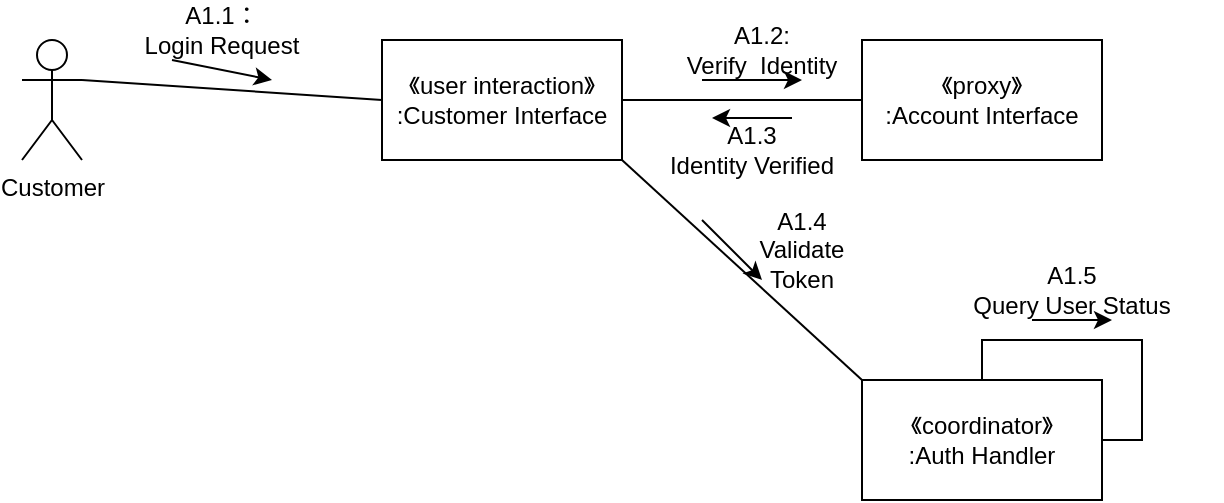
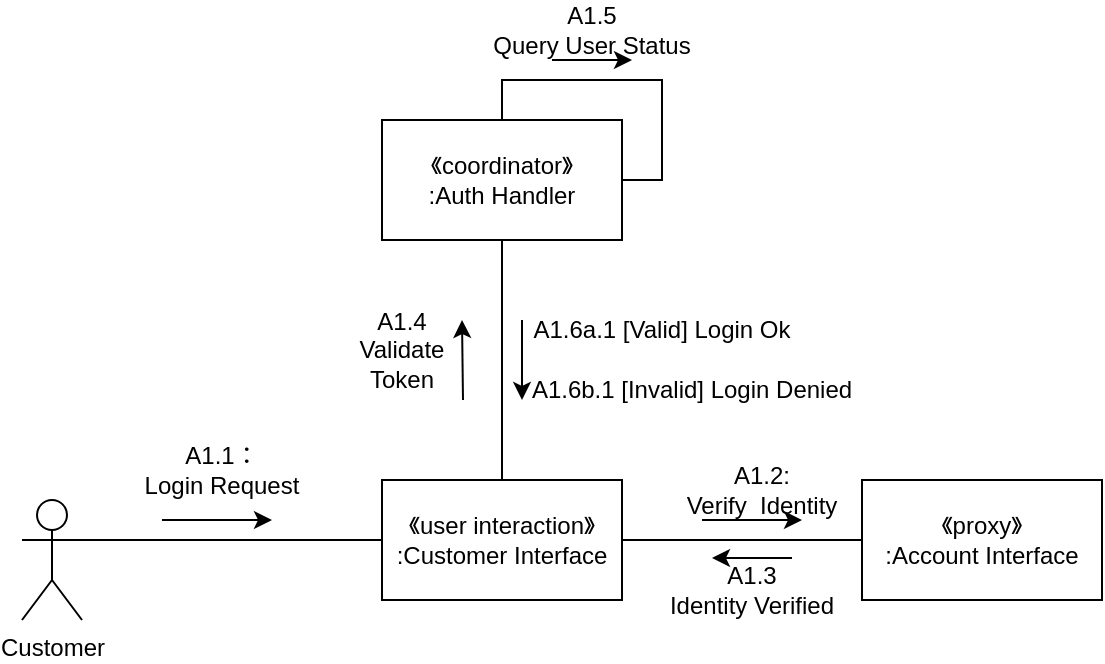
<mxfile host="app.diagrams.net">
  <diagram name="第 1 页" id="0fvnyInT-eeeKDGmK1tf">
-     <mxGraphModel dx="1201" dy="679" grid="1" gridSize="10" guides="1" tooltips="1" connect="1" arrows="1" fold="1" page="1" pageScale="1" pageWidth="827" pageHeight="1169" math="0" shadow="0">
+     <mxGraphModel dx="1201" dy="1848" grid="1" gridSize="10" guides="1" tooltips="1" connect="1" arrows="1" fold="1" page="1" pageScale="1" pageWidth="827" pageHeight="1169" math="0" shadow="0">
      <root>
        <mxCell id="0" />
        <mxCell id="1" parent="0" />
        <mxCell id="HSB3jEuwdB-3hXmmfwrA-3" edge="1" parent="1" source="HSB3jEuwdB-3hXmmfwrA-1" style="rounded=0;orthogonalLoop=1;jettySize=auto;html=1;exitX=1;exitY=0.3333333333333333;exitDx=0;exitDy=0;exitPerimeter=0;entryX=0;entryY=0.5;entryDx=0;entryDy=0;endArrow=none;endFill=0;" target="HSB3jEuwdB-3hXmmfwrA-2">
          <mxGeometry relative="1" as="geometry" />
        </mxCell>
        <mxCell id="HSB3jEuwdB-3hXmmfwrA-1" parent="1" style="shape=umlActor;verticalLabelPosition=bottom;verticalAlign=top;html=1;outlineConnect=0;" value="Customer" vertex="1">
-           <mxGeometry height="60" width="30" x="140" y="60" as="geometry" />
+           <mxGeometry height="60" width="30" x="140" y="70" as="geometry" />
        </mxCell>
        <mxCell id="HSB3jEuwdB-3hXmmfwrA-7" edge="1" parent="1" source="HSB3jEuwdB-3hXmmfwrA-2" style="rounded=0;orthogonalLoop=1;jettySize=auto;html=1;exitX=1;exitY=0.5;exitDx=0;exitDy=0;entryX=0;entryY=0.5;entryDx=0;entryDy=0;endArrow=none;endFill=0;" target="HSB3jEuwdB-3hXmmfwrA-6">
          <mxGeometry relative="1" as="geometry" />
        </mxCell>
-         <mxCell id="HSB3jEuwdB-3hXmmfwrA-15" edge="1" parent="1" source="HSB3jEuwdB-3hXmmfwrA-2" style="rounded=0;orthogonalLoop=1;jettySize=auto;html=1;exitX=1;exitY=1;exitDx=0;exitDy=0;entryX=0;entryY=0;entryDx=0;entryDy=0;endArrow=none;endFill=0;" target="HSB3jEuwdB-3hXmmfwrA-14">
+         <mxCell id="-UTidUUiqGya03k49UKU-4" edge="1" parent="1" source="HSB3jEuwdB-3hXmmfwrA-2" style="rounded=0;orthogonalLoop=1;jettySize=auto;html=1;exitX=0.5;exitY=0;exitDx=0;exitDy=0;entryX=0.5;entryY=1;entryDx=0;entryDy=0;endArrow=none;endFill=0;" target="HSB3jEuwdB-3hXmmfwrA-14">
          <mxGeometry relative="1" as="geometry" />
        </mxCell>
        <mxCell id="HSB3jEuwdB-3hXmmfwrA-2" parent="1" style="rounded=0;whiteSpace=wrap;html=1;" value="&lt;div&gt;《user interaction》&lt;/div&gt;&lt;div&gt;:Customer Interface&lt;/div&gt;" vertex="1">
          <mxGeometry height="60" width="120" x="320" y="60" as="geometry" />
        </mxCell>
        <mxCell id="HSB3jEuwdB-3hXmmfwrA-4" parent="1" style="text;html=1;whiteSpace=wrap;strokeColor=none;fillColor=none;align=center;verticalAlign=middle;rounded=0;" value="&lt;div&gt;A1.1：&lt;/div&gt;&lt;div&gt;Login Request&lt;/div&gt;" vertex="1">
          <mxGeometry height="30" width="80" x="200" y="40" as="geometry" />
        </mxCell>
        <mxCell id="HSB3jEuwdB-3hXmmfwrA-5" edge="1" parent="1" style="endArrow=classic;html=1;rounded=0;" value="">
          <mxGeometry height="50" relative="1" width="50" as="geometry">
-             <mxPoint x="215" y="70" as="sourcePoint" />
+             <mxPoint x="210" y="80" as="sourcePoint" />
            <mxPoint x="265" y="80" as="targetPoint" />
          </mxGeometry>
        </mxCell>
        <mxCell id="HSB3jEuwdB-3hXmmfwrA-6" parent="1" style="rounded=0;whiteSpace=wrap;html=1;" value="&lt;div&gt;《proxy》&lt;/div&gt;&lt;div&gt;:Account Interface&lt;/div&gt;" vertex="1">
          <mxGeometry height="60" width="120" x="560" y="60" as="geometry" />
        </mxCell>
        <mxCell id="HSB3jEuwdB-3hXmmfwrA-8" edge="1" parent="1" style="endArrow=classic;html=1;rounded=0;" value="">
          <mxGeometry height="50" relative="1" width="50" as="geometry">
            <mxPoint x="480" y="80" as="sourcePoint" />
            <mxPoint x="530" y="80" as="targetPoint" />
          </mxGeometry>
        </mxCell>
        <mxCell id="HSB3jEuwdB-3hXmmfwrA-10" parent="1" style="text;html=1;whiteSpace=wrap;strokeColor=none;fillColor=none;align=center;verticalAlign=middle;rounded=0;" value="&lt;div&gt;A1.2:&lt;/div&gt;&lt;div&gt;Verify&amp;nbsp; Identity&lt;/div&gt;" vertex="1">
          <mxGeometry height="30" width="120" x="450" y="50" as="geometry" />
        </mxCell>
        <mxCell id="HSB3jEuwdB-3hXmmfwrA-11" parent="1" style="text;html=1;whiteSpace=wrap;strokeColor=none;fillColor=none;align=center;verticalAlign=middle;rounded=0;" value="&lt;div&gt;A1.3&lt;/div&gt;&lt;div&gt;Identity Verified&lt;/div&gt;" vertex="1">
          <mxGeometry height="30" width="110" x="450" y="100" as="geometry" />
        </mxCell>
        <mxCell id="HSB3jEuwdB-3hXmmfwrA-13" edge="1" parent="1" style="endArrow=classic;html=1;rounded=0;" value="">
          <mxGeometry height="50" relative="1" width="50" as="geometry">
            <mxPoint x="525" y="99" as="sourcePoint" />
            <mxPoint x="485" y="99" as="targetPoint" />
          </mxGeometry>
        </mxCell>
        <mxCell id="HSB3jEuwdB-3hXmmfwrA-14" parent="1" style="rounded=0;whiteSpace=wrap;html=1;" value="&lt;div&gt;《coordinator》&lt;/div&gt;&lt;div&gt;:Auth Handler&lt;/div&gt;" vertex="1">
-           <mxGeometry height="60" width="120" x="560" y="230" as="geometry" />
+           <mxGeometry height="60" width="120" x="320" y="-120" as="geometry" />
        </mxCell>
        <mxCell id="HSB3jEuwdB-3hXmmfwrA-16" parent="1" style="text;html=1;whiteSpace=wrap;strokeColor=none;fillColor=none;align=center;verticalAlign=middle;rounded=0;" value="&lt;div&gt;A1.4&lt;/div&gt;&lt;div&gt;Validate Token&lt;/div&gt;" vertex="1">
-           <mxGeometry height="30" width="60" x="500" y="150" as="geometry" />
+           <mxGeometry height="30" width="60" x="300" y="-20" as="geometry" />
        </mxCell>
        <mxCell id="HSB3jEuwdB-3hXmmfwrA-17" edge="1" parent="1" style="endArrow=classic;html=1;rounded=0;" value="">
          <mxGeometry height="50" relative="1" width="50" as="geometry">
-             <mxPoint x="480" y="150" as="sourcePoint" />
-             <mxPoint x="510" y="180" as="targetPoint" />
+             <mxPoint x="360.5" y="20" as="sourcePoint" />
+             <mxPoint x="360" y="-20" as="targetPoint" />
          </mxGeometry>
        </mxCell>
        <mxCell id="HSB3jEuwdB-3hXmmfwrA-18" edge="1" parent="1" source="HSB3jEuwdB-3hXmmfwrA-14" style="rounded=0;orthogonalLoop=1;jettySize=auto;html=1;exitX=0.5;exitY=0;exitDx=0;exitDy=0;entryX=1;entryY=0.5;entryDx=0;entryDy=0;edgeStyle=orthogonalEdgeStyle;endArrow=none;endFill=0;" target="HSB3jEuwdB-3hXmmfwrA-14">
          <mxGeometry relative="1" as="geometry" />
        </mxCell>
        <mxCell id="HSB3jEuwdB-3hXmmfwrA-19" parent="1" style="text;html=1;whiteSpace=wrap;strokeColor=none;fillColor=none;align=center;verticalAlign=middle;rounded=0;" value="&lt;div&gt;A1.5&lt;/div&gt;&lt;div&gt;Query User Status&lt;/div&gt;" vertex="1">
-           <mxGeometry height="30" width="150" x="590" y="170" as="geometry" />
+           <mxGeometry height="30" width="150" x="350" y="-180" as="geometry" />
        </mxCell>
        <mxCell id="HSB3jEuwdB-3hXmmfwrA-20" edge="1" parent="1" style="endArrow=classic;html=1;rounded=0;" value="">
          <mxGeometry height="50" relative="1" width="50" as="geometry">
-             <mxPoint x="645" y="200" as="sourcePoint" />
-             <mxPoint x="685" y="200" as="targetPoint" />
+             <mxPoint x="405" y="-150" as="sourcePoint" />
+             <mxPoint x="445" y="-150" as="targetPoint" />
+           </mxGeometry>
+         </mxCell>
+         <mxCell id="-UTidUUiqGya03k49UKU-1" parent="1" style="text;html=1;whiteSpace=wrap;strokeColor=none;fillColor=none;align=center;verticalAlign=middle;rounded=0;rotation=0;" value="&lt;div&gt;A1.6a.1 [Valid] Login Ok&lt;/div&gt;" vertex="1">
+           <mxGeometry height="30" width="140" x="390" y="-30" as="geometry" />
+         </mxCell>
+         <mxCell id="-UTidUUiqGya03k49UKU-2" parent="1" style="text;html=1;whiteSpace=wrap;strokeColor=none;fillColor=none;align=center;verticalAlign=middle;rounded=0;rotation=0;" value="A1.6b.1 [Invalid] Login Denied" vertex="1">
+           <mxGeometry height="30" width="190" x="380" as="geometry" />
+         </mxCell>
+         <mxCell id="-UTidUUiqGya03k49UKU-5" edge="1" parent="1" style="endArrow=classic;html=1;rounded=0;" value="">
+           <mxGeometry height="50" relative="1" width="50" as="geometry">
+             <mxPoint x="390" y="-20" as="sourcePoint" />
+             <mxPoint x="390" y="20" as="targetPoint" />
          </mxGeometry>
        </mxCell>
      </root>
    </mxGraphModel>
  </diagram>
</mxfile>
